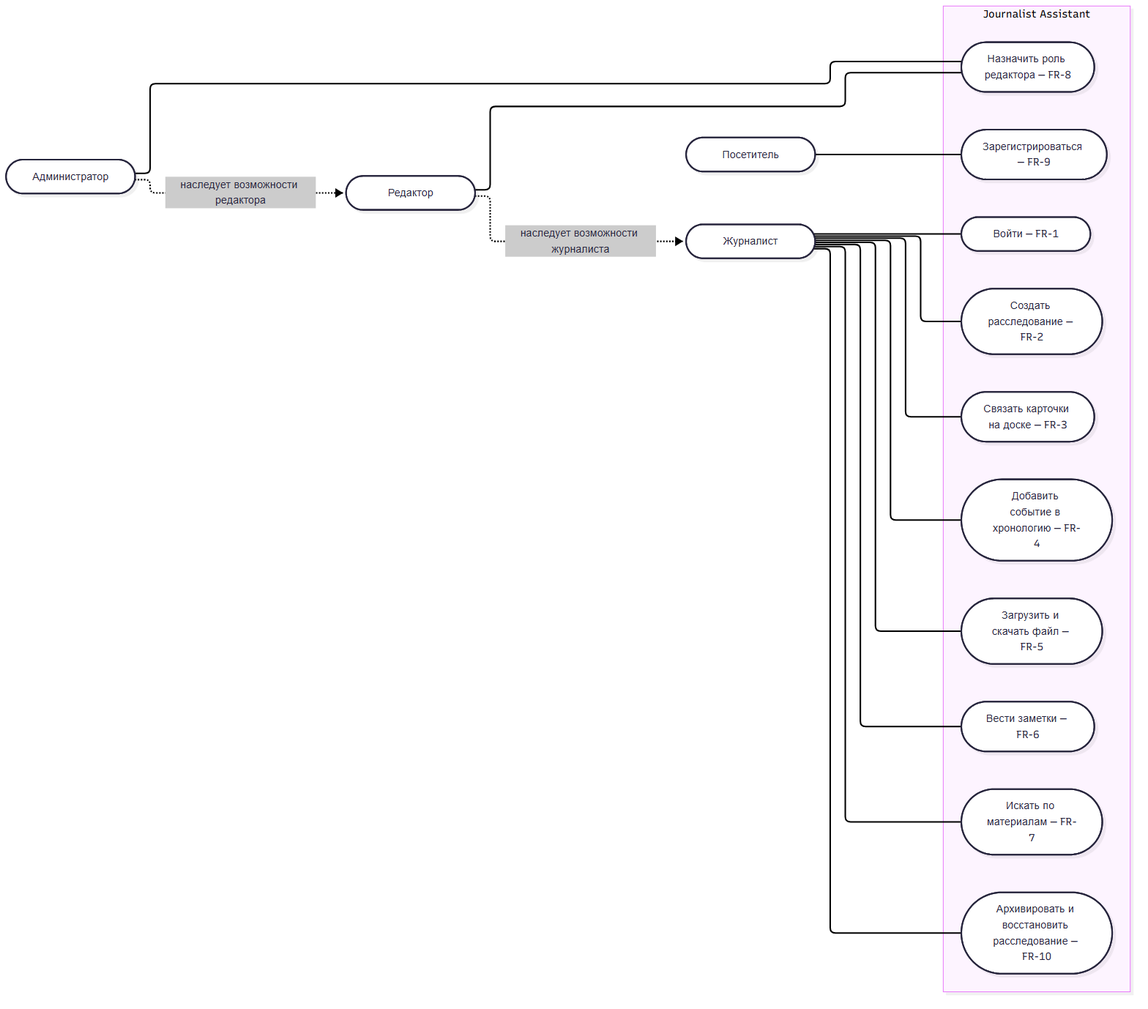
Before: docs/diagrams/03-usecases.png, a diagram exported from Mermaid (kleprer/the-web). Its source is kept beside it as docs/diagrams/03-usecases.mmd. The source it was exported from:
```mermaid
flowchart LR
  V(["Посетитель"])
  J(["Журналист"])
  E(["Редактор"])
  A(["Администратор"])
  subgraph SYS["Journalist Assistant"]
    UC9(["Зарегистрироваться — FR-9"])
    UC1(["Войти — FR-1"])
    UC2(["Создать расследование — FR-2"])
    UC3(["Связать карточки на доске — FR-3"])
    UC4(["Добавить событие в хронологию — FR-4"])
    UC5(["Загрузить и скачать файл — FR-5"])
    UC6(["Вести заметки — FR-6"])
    UC7(["Искать по материалам — FR-7"])
    UC10(["Архивировать и восстановить расследование — FR-10"])
    UC8(["Назначить роль редактора — FR-8"])
  end
  V --- UC9
  J --- UC1
  J --- UC2
  J --- UC3
  J --- UC4
  J --- UC5
  J --- UC6
  J --- UC7
  J --- UC10
  A --- UC8
  E --- UC8
  E -. "наследует возможности журналиста" .-> J
  A -. "наследует возможности редактора" .-> E
```
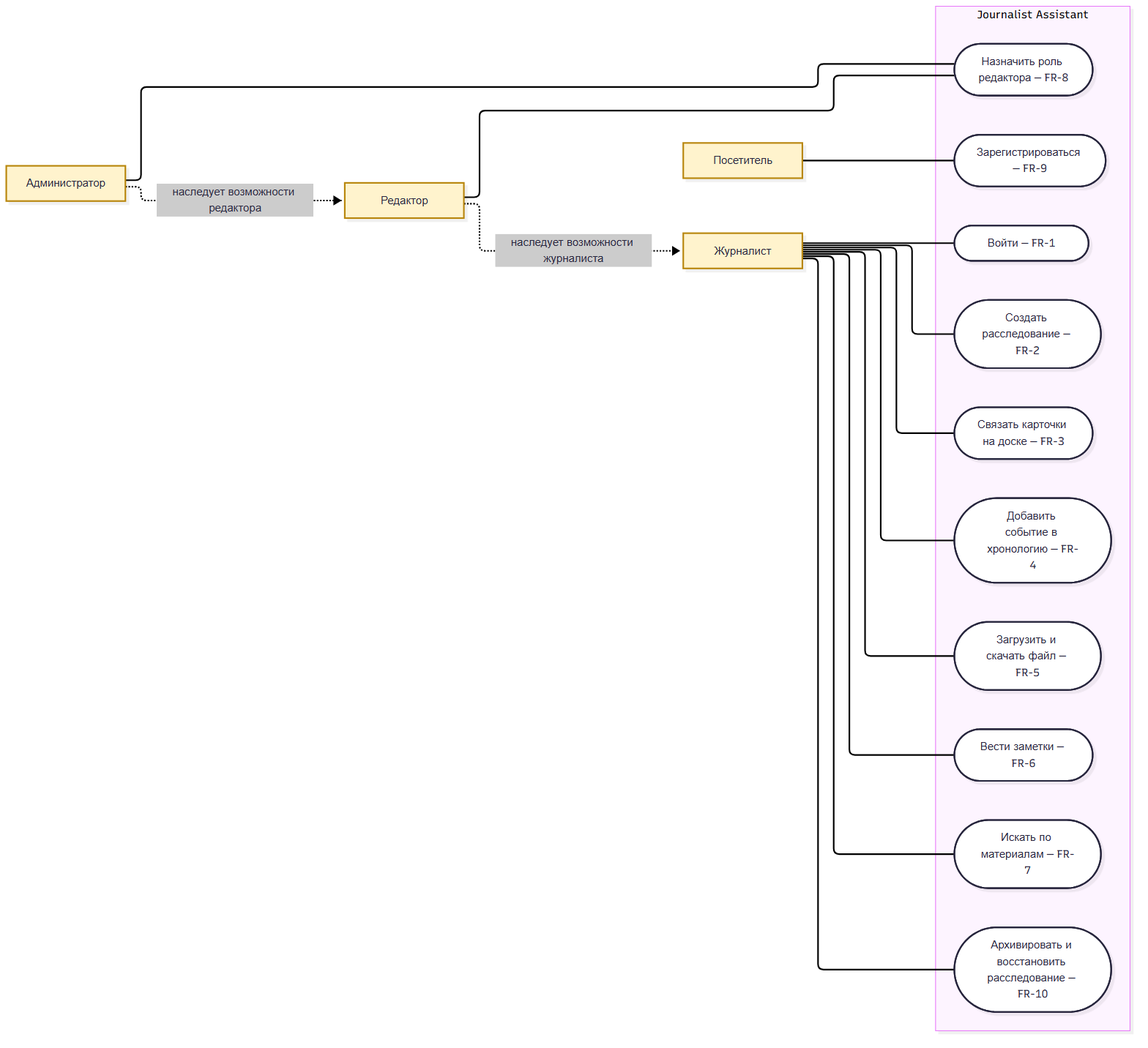
After the change.

Commit message:
docs(diagrams): выделить актёров на диаграмме вариантов использования (по ревью)

Diff of the diagram source:
```diff
@@ -1,8 +1,8 @@
 flowchart LR
-  V(["Посетитель"])
-  J(["Журналист"])
-  E(["Редактор"])
-  A(["Администратор"])
+  V["Посетитель"]
+  J["Журналист"]
+  E["Редактор"]
+  A["Администратор"]
   subgraph SYS["Journalist Assistant"]
     UC9(["Зарегистрироваться — FR-9"])
     UC1(["Войти — FR-1"])
@@ -28,3 +28,5 @@
   E --- UC8
   E -. "наследует возможности журналиста" .-> J
   A -. "наследует возможности редактора" .-> E
+  classDef actor fill:#fff3cd,stroke:#b8860b,stroke-width:2px
+  class V,J,E,A actor
```
